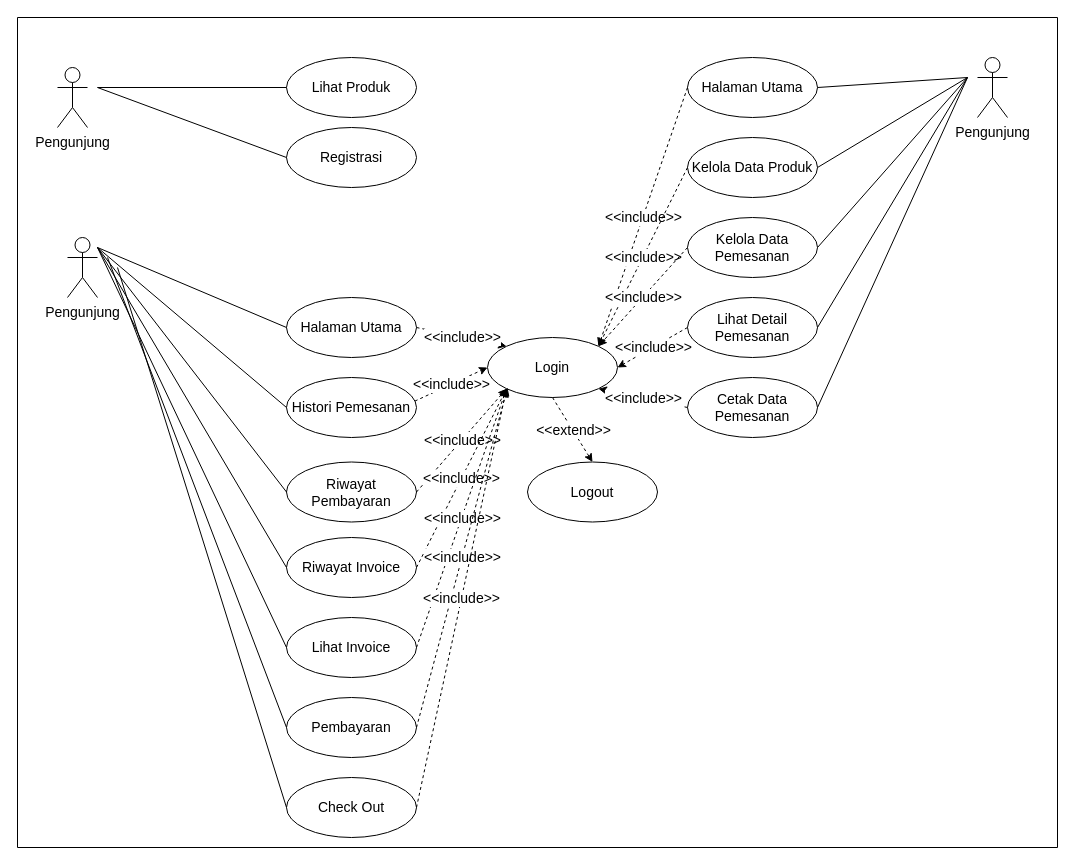
Khairul122/JK-WebEcommerce-ED keeps this draw.io diagram as page "UCD" (1 of 21) of SKRIPSI ADITYA HIDAYATULLAH/ARSIP/FILE MASTER DESAIN/DESAIN DIAGRAM ADTYA HIDAYATULLAH.drawio. Above is the earlier version. Source tidied: cells renumbered, new cells numbered last; positions are measured from the earlier drawing's top-left corner, leaving out a move shared by most shapes. Both pictures are drawn from the tidied source at 100%, with x=0, y=0 at pixel (17, 17).
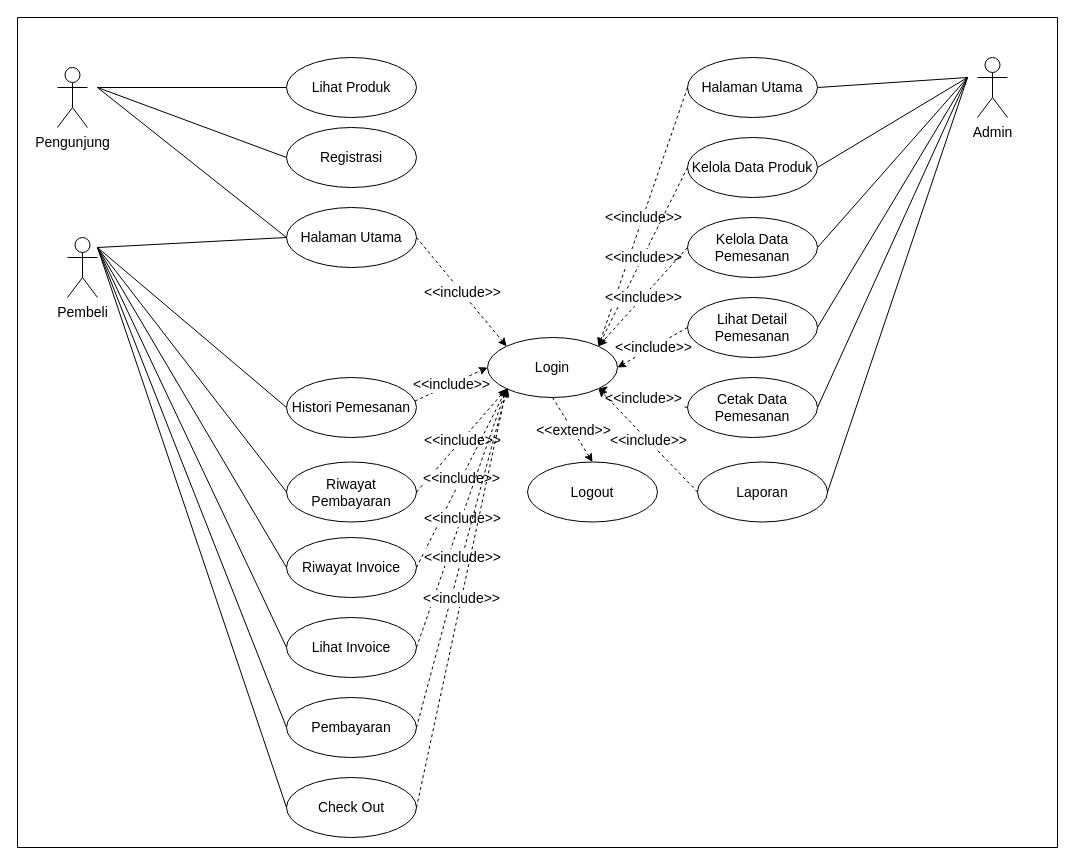
The same diagram, later.

Unchanged cells that the change refers to:
```xml
<mxCell id="29" value="&lt;font style=&quot;font-size: 14px;&quot;&gt;Login&lt;/font&gt;" style="ellipse;whiteSpace=wrap;html=1;fontSize=14;" parent="1" vertex="1">
  <mxGeometry x="470" y="320" width="130" height="60" as="geometry" />
</mxCell>
<mxCell id="57" value="&lt;font style=&quot;font-size: 14px&quot;&gt;Pembayaran&lt;/font&gt;" style="ellipse;whiteSpace=wrap;html=1;fontSize=14;" parent="1" vertex="1">
  <mxGeometry x="269" y="680" width="130" height="60" as="geometry" />
</mxCell>
<mxCell id="58" value="&lt;font style=&quot;font-size: 14px&quot;&gt;Check Out&lt;/font&gt;" style="ellipse;whiteSpace=wrap;html=1;fontSize=14;" parent="1" vertex="1">
  <mxGeometry x="269" y="760" width="130" height="60" as="geometry" />
</mxCell>
```

What changed in the source:
```diff
@@
-    <mxCell id="5" value="Pengunjung" style="shape=umlActor;verticalLabelPosition=bottom;verticalAlign=top;html=1;fontSize=14;" parent="1" vertex="1">
+    <mxCell id="5" value="Admin" style="shape=umlActor;verticalLabelPosition=bottom;verticalAlign=top;html=1;fontSize=14;" parent="1" vertex="1">
       <mxGeometry x="960" y="40" width="30" height="60" as="geometry" />
     </mxCell>
@@
     <mxCell id="8" value="&lt;font style=&quot;font-size: 14px;&quot;&gt;Halaman Utama&lt;/font&gt;" style="ellipse;whiteSpace=wrap;html=1;fontSize=14;" parent="1" vertex="1">
-      <mxGeometry x="269" y="280" width="130" height="60" as="geometry" />
+      <mxGeometry x="269" y="190" width="130" height="60" as="geometry" />
     </mxCell>
     <mxCell id="9" style="endArrow=none;html=1;entryX=0;entryY=0.5;entryDx=0;entryDy=0;fontSize=14;" parent="1" edge="1" target="8">
       <mxGeometry relative="1" as="geometry">
-        <mxPoint x="80" y="230" as="sourcePoint" />
+        <mxPoint x="80" y="70" as="sourcePoint" />
       </mxGeometry>
     </mxCell>
@@
-    <mxCell id="18" value="Pengunjung" style="shape=umlActor;verticalLabelPosition=bottom;verticalAlign=top;html=1;fontSize=14;" parent="1" vertex="1">
+    <mxCell id="18" value="Pembeli" style="shape=umlActor;verticalLabelPosition=bottom;verticalAlign=top;html=1;fontSize=14;" parent="1" vertex="1">
       <mxGeometry x="50" y="220" width="30" height="60" as="geometry" />
     </mxCell>
@@
     <mxCell id="59" style="endArrow=none;html=1;entryX=0;entryY=0.5;entryDx=0;entryDy=0;fontSize=14;" parent="1" edge="1" target="57">
       <mxGeometry relative="1" as="geometry">
-        <mxPoint x="90" y="240" as="sourcePoint" />
+        <mxPoint x="80" y="230" as="sourcePoint" />
       </mxGeometry>
     </mxCell>
     <mxCell id="60" style="endArrow=none;html=1;entryX=0;entryY=0.5;entryDx=0;entryDy=0;fontSize=14;" parent="1" edge="1" target="58">
       <mxGeometry relative="1" as="geometry">
-        <mxPoint x="100" y="250" as="sourcePoint" />
+        <mxPoint x="80" y="230" as="sourcePoint" />
       </mxGeometry>
     </mxCell>
@@
+    <mxCell id="65" style="endArrow=none;html=1;entryX=0;entryY=0.5;entryDx=0;entryDy=0;fontSize=14;" parent="1" edge="1" target="8">
+      <mxGeometry relative="1" as="geometry">
+        <mxPoint x="80" y="230" as="sourcePoint" />
+      </mxGeometry>
+    </mxCell>
+    <mxCell id="66" value="Laporan" style="ellipse;whiteSpace=wrap;html=1;fontSize=14;" parent="1" vertex="1">
+      <mxGeometry x="680" y="444.5" width="130" height="60" as="geometry" />
+    </mxCell>
+    <mxCell id="67" style="endArrow=none;html=1;exitX=1;exitY=0.5;exitDx=0;exitDy=0;fontSize=14;" parent="1" edge="1" source="66">
+      <mxGeometry relative="1" as="geometry">
+        <mxPoint x="950" y="60" as="targetPoint" />
+      </mxGeometry>
+    </mxCell>
+    <mxCell id="68" style="endArrow=classic;html=1;dashed=1;exitX=0;exitY=0.5;exitDx=0;exitDy=0;entryX=1;entryY=1;entryDx=0;entryDy=0;fontSize=14;" parent="1" edge="1" source="66" target="29">
+      <mxGeometry relative="1" as="geometry" />
+    </mxCell>
+    <mxCell id="69" value="&amp;lt;&amp;lt;include&amp;gt;&amp;gt;" style="edgeLabel;html=1;align=center;verticalAlign=middle;fontSize=14;" parent="68" vertex="1">
+      <mxGeometry relative="1" as="geometry" />
+    </mxCell>
```
